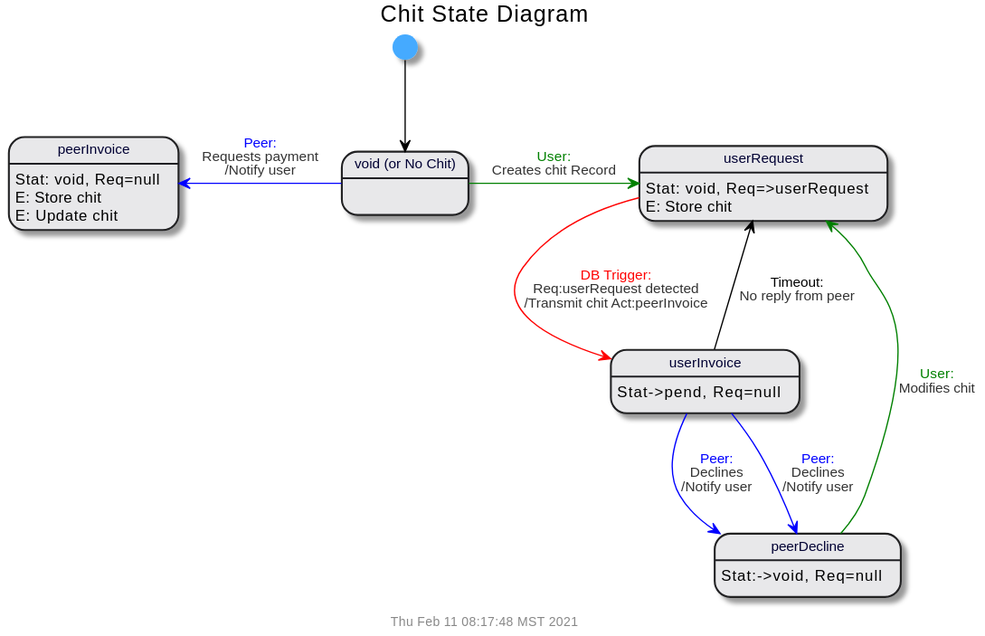
Earlier version of the PlantUML export doc/uml/state-chit.svg (gotchoices/MyCHIPs). The source it was exported from:
```plantuml
@startuml
!include common.puml

$title(Chit State Diagram)
[*] --> void
state "void (or No Chit)" as void

userRequest: Stat: void, Req=>userRequest
userRequest : E: Store chit
peerInvoice: Stat: void, Req=null
peerInvoice : E: Store chit
userInvoice: Stat->pend, Req=null
peerDecline : Stat:->void, Req=null
peerInvoice : E: Update chit

void -left[$peer]-> peerInvoice : $trans($peer,Requests payment,'',Notify user)
void -right[$user]-> userRequest : $trans($user,Creates chit Record)

userRequest -[$db]-> userInvoice : $trans($db,Req:userRequest detected,'',Transmit chit Act:peerInvoice)
userInvoice --> userRequest : $trans(Timeout,No reply from peer)
userInvoice -[$peer]-> peerDecline : $trans($peer,Declines,'',Notify user)
peerDecline -[$user]-> userRequest : $trans($user,Modifies chit,'')
userInvoice -[$peer]-> peerDecline : $trans($peer,Declines,'',Notify user)



@enduml
```
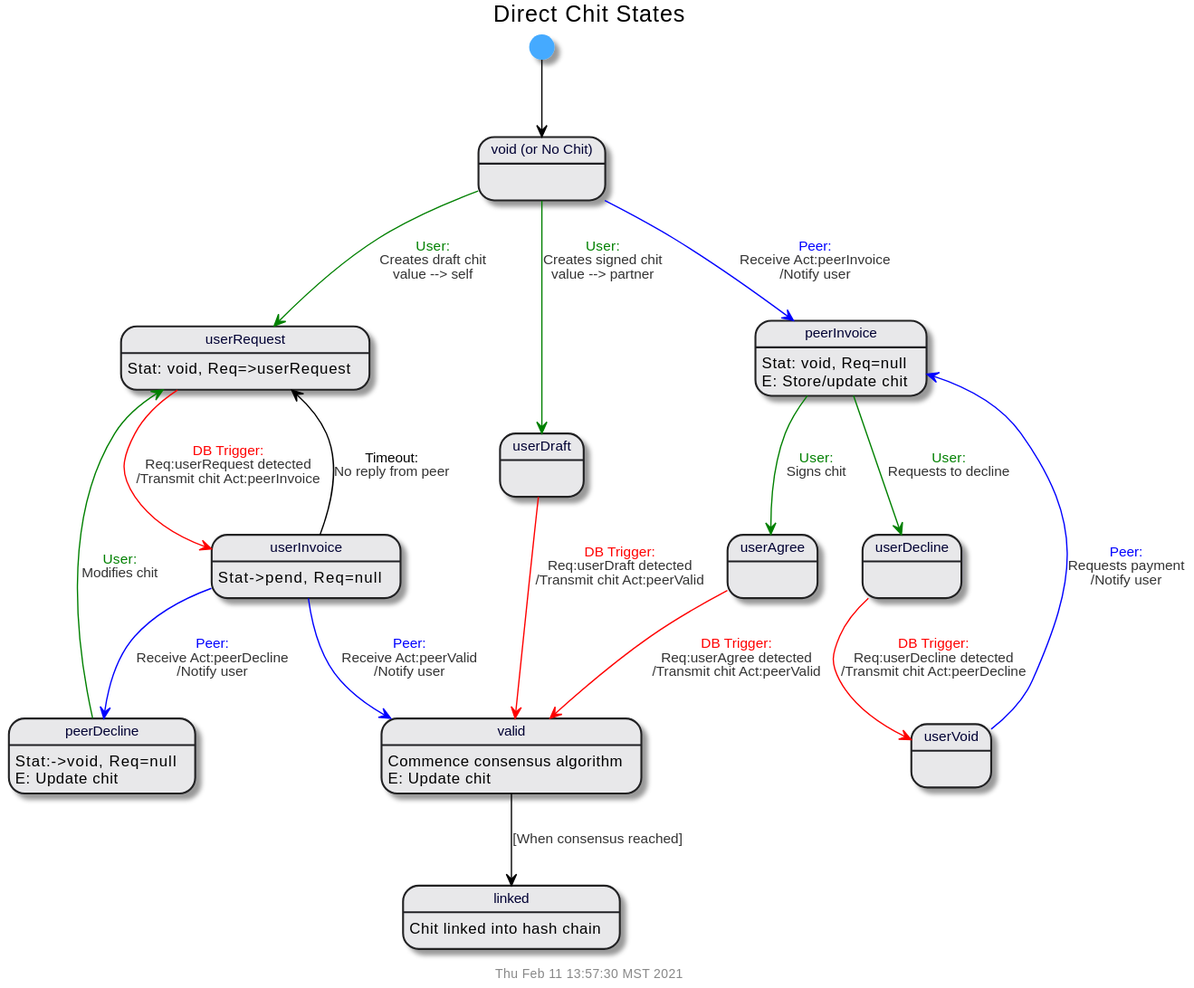
Above is the later version.

Commit message:
Improve chit state diagram

What changed in the source:
```diff
@@ -1,27 +1,39 @@
 @startuml
 !include common.puml
 
-$title(Chit State Diagram)
+$title(Direct Chit States)
 [*] --> void
 state "void (or No Chit)" as void
 
 userRequest: Stat: void, Req=>userRequest
-userRequest : E: Store chit
 peerInvoice: Stat: void, Req=null
-peerInvoice : E: Store chit
+peerInvoice : E: Store/update chit
 userInvoice: Stat->pend, Req=null
 peerDecline : Stat:->void, Req=null
-peerInvoice : E: Update chit
+peerDecline : E: Update chit
+valid : Commence consensus algorithm
+valid : E: Update chit
+linked : Chit linked into hash chain
 
-void -left[$peer]-> peerInvoice : $trans($peer,Requests payment,'',Notify user)
-void -right[$user]-> userRequest : $trans($user,Creates chit Record)
+void -[$user]-> userRequest : $trans($user,Creates draft chit\nvalue --> self)
+void -[$peer]-> peerInvoice : $trans($peer,Receive Act:peerInvoice,'',Notify user)
 
 userRequest -[$db]-> userInvoice : $trans($db,Req:userRequest detected,'',Transmit chit Act:peerInvoice)
 userInvoice --> userRequest : $trans(Timeout,No reply from peer)
-userInvoice -[$peer]-> peerDecline : $trans($peer,Declines,'',Notify user)
+userInvoice -[$peer]-> peerDecline : $trans($peer,Receive Act:peerDecline,'',Notify user)
 peerDecline -[$user]-> userRequest : $trans($user,Modifies chit,'')
-userInvoice -[$peer]-> peerDecline : $trans($peer,Declines,'',Notify user)
+userInvoice -[$peer]-> valid : $trans($peer,Receive Act:peerValid,'',Notify user)
 
+peerInvoice -[$user]-> userDecline : $trans($user, Requests to decline)
+userDecline -[$db]-> userVoid : $trans($db, Req:userDecline detected, '', Transmit chit Act:peerDecline)
+userVoid -[$peer]-> peerInvoice : $trans($peer,Requests payment,'',Notify user)
 
+peerInvoice -[$user]-> userAgree : $trans($user, Signs chit)
+userAgree -[$db]-> valid : $trans($db, Req:userAgree detected,'', Transmit chit Act:peerValid)
+
+void -[$user]-> userDraft : $trans($user,Creates signed chit\nvalue --> partner)
+userDraft -[$db]-> valid : $trans($db, Req:userDraft detected,'', Transmit chit Act:peerValid)
+
+valid --> linked : [When consensus reached]
 
 @enduml
```
